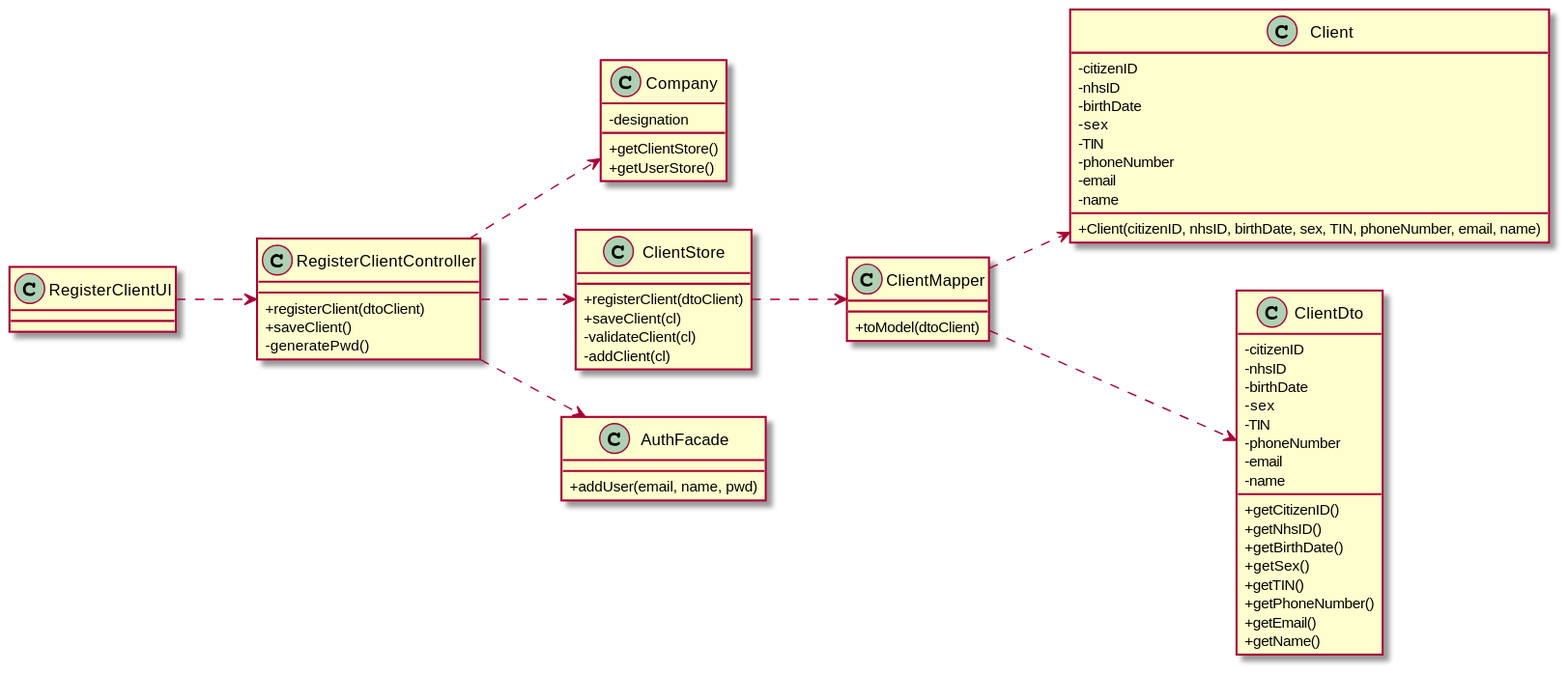
The PlantUML diagram docs/SprintB/US03/US03-CD.svg in 0franciscor/lei-21-s2-1de-g19, before a commit.
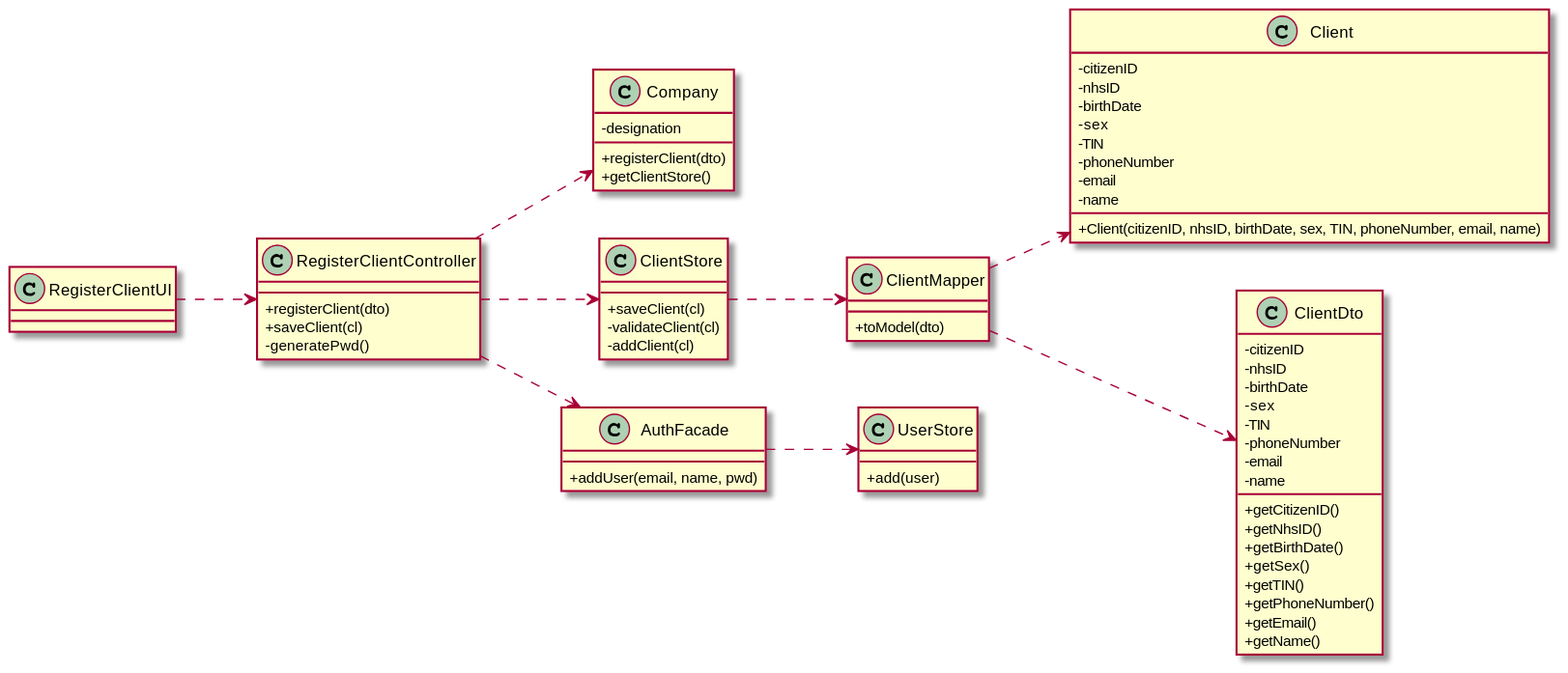
After the change.

Diff of the diagram source:
```diff
@@ -15,21 +15,20 @@
 +Client(citizenID, nhsID, birthDate, sex, TIN, phoneNumber, email, name)
 }
 class "RegisterClientController" as RCC {
-+registerClient(dtoClient)
-+saveClient()
++registerClient(dto)
++saveClient(cl)
 -generatePwd()
 }
 
 class "Company" as C {
 -designation
++registerClient(dto)
 +getClientStore()
-+getUserStore()
 }
 
 class "RegisterClientUI" as RCUI
 
 class "ClientStore" as CS {
-+registerClient(dtoClient)
 +saveClient(cl)
 -validateClient(cl)
 -addClient(cl)
@@ -59,7 +58,11 @@
 }
 
 class "ClientMapper" as CM {
-+toModel(dtoClient)
++toModel(dto)
+}
+
+class "UserStore" as US {
++add(user)
 }
 
 RCUI ..> RCC
@@ -69,5 +72,6 @@
 CM ..> CDTO
 CM ..> cl
 RCC ..> AF
+AF ..> US
 
 @enduml
```
